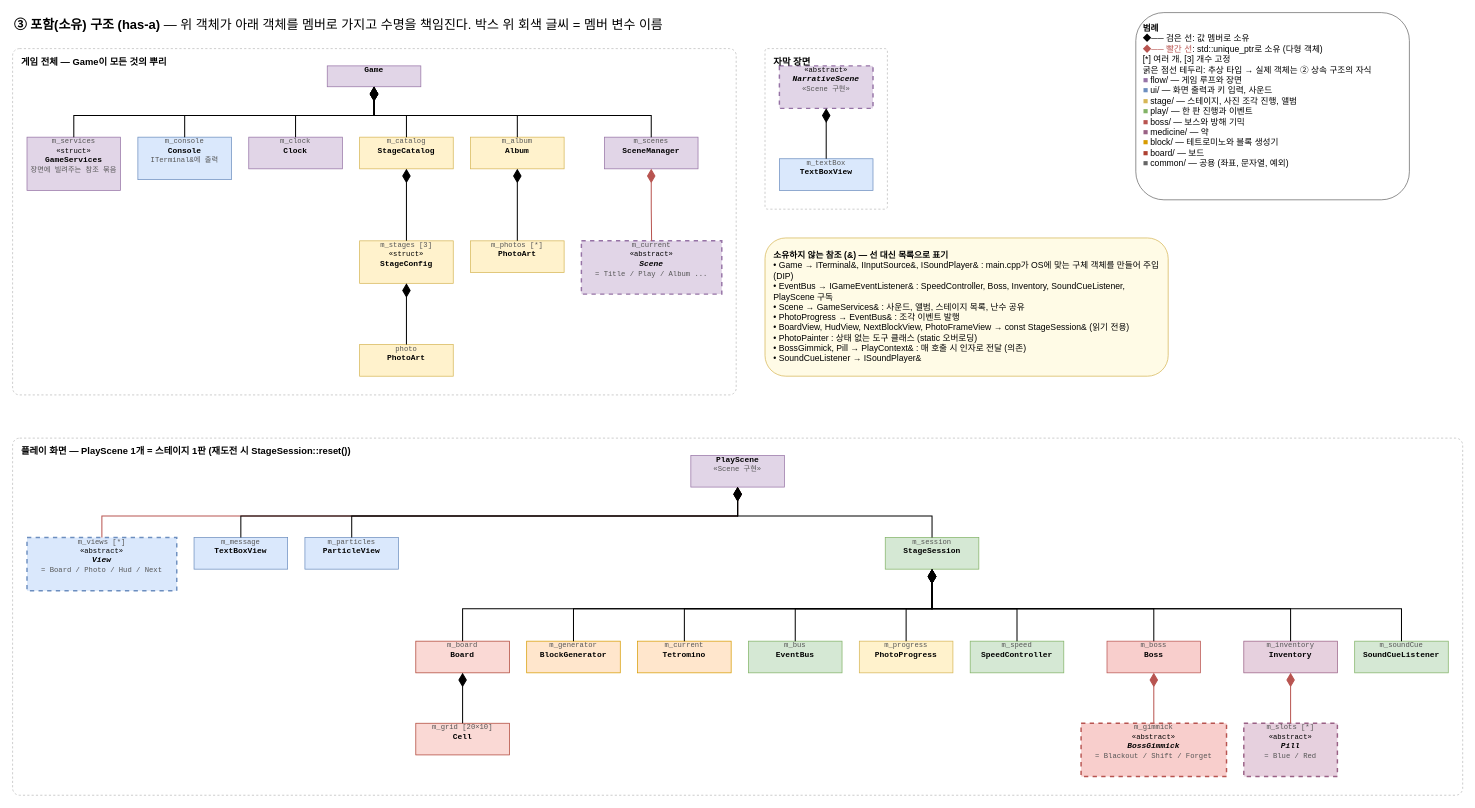
The draw.io diagram page "③ 포함 구조" (3 of 4) of docs/class_diagram.drawio in taeg2/ku-oop2-tetris, before the edit. Source tidied: cells renumbered, new cells numbered last; positions are measured from the earlier drawing's top-left corner, leaving out a move shared by most shapes. Both pictures are drawn from the tidied source at 72%, with x=0, y=0 at pixel (12, 12).
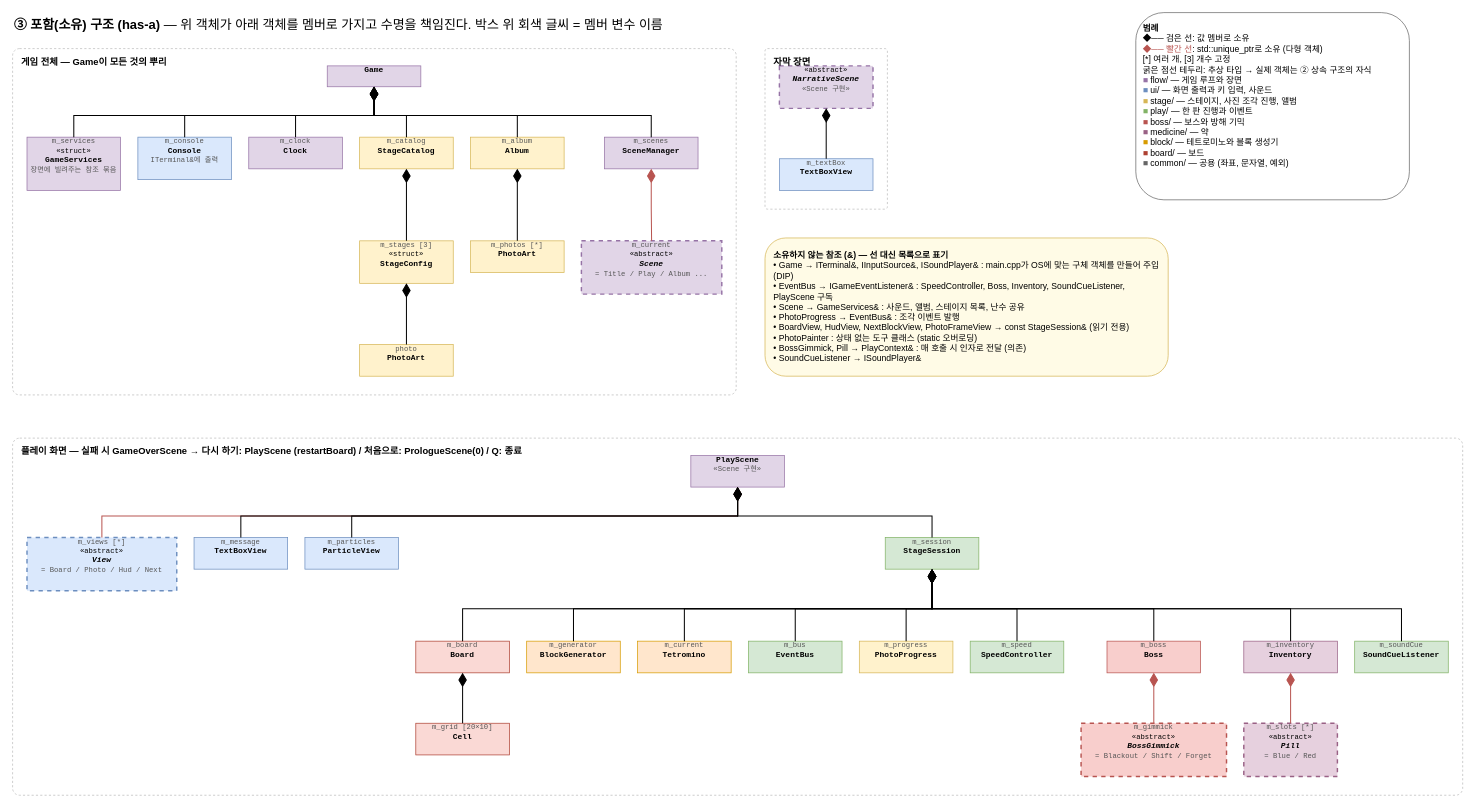
The same page after the edit.

Diff of the diagram source:
```diff
@@
-    <mxCell id="59" value="&lt;b&gt;플레이 화면 — PlayScene 1개 = 스테이지 1판 (재도전 시 StageSession::reset())&lt;/b&gt;" style="rounded=1;arcSize=2;html=1;fillColor=none;strokeColor=#bbbbbb;dashed=1;verticalAlign=top;align=left;spacingLeft=10;spacingTop=4;fontSize=13;" parent="1" vertex="1">
+    <mxCell id="59" value="&lt;b&gt;플레이 화면 — 실패 시 GameOverScene → 다시 하기: PlayScene (restartBoard) / 처음으로: PrologueScene(0) / Q: 종료&lt;/b&gt;" style="rounded=1;arcSize=2;html=1;fillColor=none;strokeColor=#bbbbbb;dashed=1;verticalAlign=top;align=left;spacingLeft=10;spacingTop=4;fontSize=13;" parent="1" vertex="1">
       <mxGeometry y="591" width="2014" height="496" as="geometry" />
     </mxCell>
```
